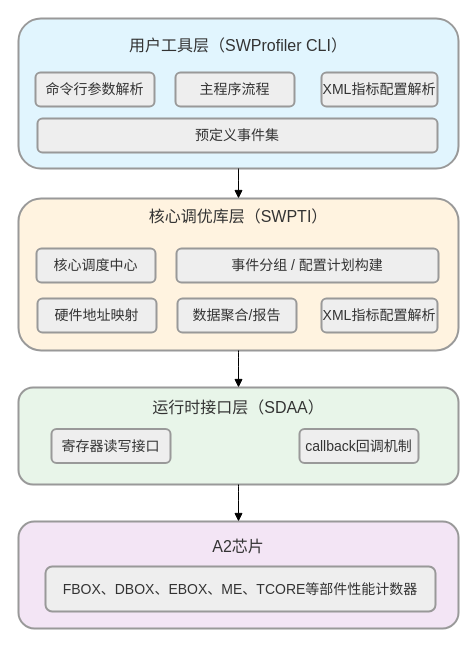
This is swprofiler_arch.drawio from HanxuLiu/drawio-files, a draw.io file, before an edit. Source tidied: cells renumbered, new cells numbered last; positions are measured from the earlier drawing's top-left corner, leaving out a move shared by most shapes. Both pictures are drawn from the tidied source at 100%, with x=0, y=0 at pixel (18, 18).
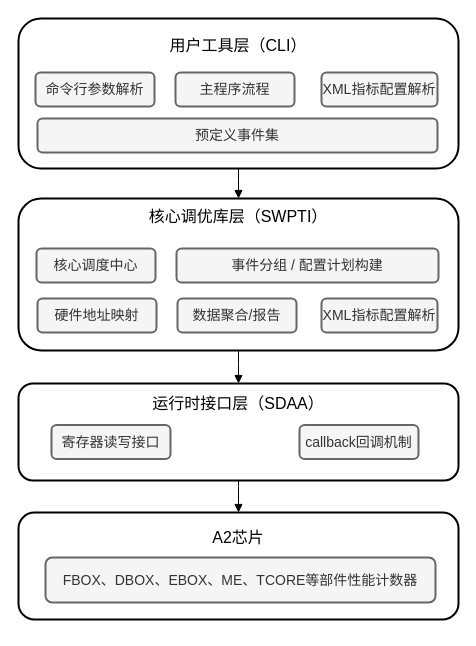
The same page after the edit.

Diff of the diagram source:
```diff
@@
-    <mxCell id="2" value="A2芯片&#10;&#10;&#10;" style="whiteSpace=wrap;strokeWidth=2;fillColor=#f3e5f5;strokeColor=light-dark(#999999,#cccccc);fontColor=light-dark(#333333,#cccccc);shadow=0;rounded=1;fontSize=16;" parent="1" vertex="1">
-      <mxGeometry y="503" width="440" height="107" as="geometry" />
+    <mxCell id="2" value="A2芯片&#10;&#10;&#10;" style="whiteSpace=wrap;strokeWidth=2;shadow=0;rounded=1;fontSize=16;" parent="1" vertex="1">
+      <mxGeometry y="494" width="440" height="107" as="geometry" />
     </mxCell>
-    <mxCell id="3" value="运行时接口层（SDAA）&#10;&#10;&#10;" style="whiteSpace=wrap;strokeWidth=2;fillColor=#e8f5e9;strokeColor=light-dark(#999999,#cccccc);fontColor=light-dark(#333333,#cccccc);shadow=0;rounded=1;fontSize=16;" parent="1" vertex="1">
-      <mxGeometry y="369" width="440" height="97" as="geometry" />
+    <mxCell id="3" value="运行时接口层（SDAA）&#10;&#10;&#10;" style="whiteSpace=wrap;strokeWidth=2;shadow=0;rounded=1;fontSize=16;" parent="1" vertex="1">
+      <mxGeometry y="365" width="440" height="97" as="geometry" />
     </mxCell>
-    <mxCell id="4" value="核心调优库层（SWPTI）&#10;&#10;&#10;&#10;&#10;&#10;" style="whiteSpace=wrap;strokeWidth=2;fillColor=#fff3e0;strokeColor=light-dark(#999999,#cccccc);fontColor=light-dark(#333333,#cccccc);shadow=0;rounded=1;fontSize=16;" parent="1" vertex="1">
+    <mxCell id="4" value="核心调优库层（SWPTI）&#10;&#10;&#10;&#10;&#10;&#10;" style="whiteSpace=wrap;strokeWidth=2;shadow=0;rounded=1;fontSize=16;" parent="1" vertex="1">
       <mxGeometry y="180" width="440" height="152" as="geometry" />
     </mxCell>
-    <mxCell id="5" value="用户工具层（SWProfiler CLI）&#10;&#10;&#10;&#10;&#10;" style="whiteSpace=wrap;strokeWidth=2;fillColor=#e1f5fe;strokeColor=light-dark(#999999,#cccccc);fontColor=light-dark(#333333,#cccccc);rounded=1;shadow=0;fontSize=16;" parent="1" vertex="1">
+    <mxCell id="5" value="用户工具层（CLI）&#10;&#10;&#10;&#10;&#10;" style="whiteSpace=wrap;strokeWidth=2;rounded=1;shadow=0;fontSize=16;" parent="1" vertex="1">
       <mxGeometry width="440" height="150" as="geometry" />
     </mxCell>
-    <mxCell id="6" value="命令行参数解析" style="whiteSpace=wrap;strokeWidth=2;fillColor=light-dark(#eeeeee,#1f2020);strokeColor=light-dark(#999999,#cccccc);fontColor=light-dark(#333333,#cccccc);shadow=0;rounded=1;fontSize=14;" parent="1" vertex="1">
+    <mxCell id="6" value="命令行参数解析" style="whiteSpace=wrap;strokeWidth=2;shadow=0;rounded=1;fontSize=14;fillColor=#f5f5f5;fontColor=#333333;strokeColor=#666666;" parent="1" vertex="1">
       <mxGeometry x="17" y="54" width="119" height="34" as="geometry" />
     </mxCell>
-    <mxCell id="7" value="预定义事件集" style="whiteSpace=wrap;strokeWidth=2;fillColor=light-dark(#eeeeee,#1f2020);strokeColor=light-dark(#999999,#cccccc);fontColor=light-dark(#333333,#cccccc);shadow=0;rounded=1;fontSize=14;" parent="1" vertex="1">
+    <mxCell id="7" value="预定义事件集" style="whiteSpace=wrap;strokeWidth=2;shadow=0;rounded=1;fontSize=14;fillColor=#f5f5f5;fontColor=#333333;strokeColor=#666666;" parent="1" vertex="1">
       <mxGeometry x="19" y="100" width="400" height="34" as="geometry" />
     </mxCell>
-    <mxCell id="8" value="FBOX、DBOX、EBOX、ME、TCORE等部件性能计数器" style="whiteSpace=wrap;strokeWidth=2;fillColor=light-dark(#eeeeee,#1f2020);strokeColor=light-dark(#999999,#cccccc);fontColor=light-dark(#333333,#cccccc);shadow=0;rounded=1;fontSize=14;" parent="1" vertex="1">
-      <mxGeometry x="27" y="548" width="390" height="45" as="geometry" />
+    <mxCell id="8" value="FBOX、DBOX、EBOX、ME、TCORE等部件性能计数器" style="whiteSpace=wrap;strokeWidth=2;shadow=0;rounded=1;fontSize=14;fillColor=#f5f5f5;fontColor=#333333;strokeColor=#666666;" parent="1" vertex="1">
+      <mxGeometry x="27" y="539" width="390" height="45" as="geometry" />
     </mxCell>
@@
-    <mxCell id="12" value="主程序流程" style="whiteSpace=wrap;strokeWidth=2;fillColor=light-dark(#eeeeee,#1f2020);strokeColor=light-dark(#999999,#cccccc);fontColor=light-dark(#333333,#cccccc);shadow=0;rounded=1;fontSize=14;" parent="1" vertex="1">
+    <mxCell id="12" value="主程序流程" style="whiteSpace=wrap;strokeWidth=2;shadow=0;rounded=1;fontSize=14;fillColor=#f5f5f5;fontColor=#333333;strokeColor=#666666;" parent="1" vertex="1">
       <mxGeometry x="157" y="54" width="119" height="34" as="geometry" />
     </mxCell>
-    <mxCell id="13" value="XML指标配置解析" style="whiteSpace=wrap;strokeWidth=2;fillColor=light-dark(#eeeeee,#1f2020);strokeColor=light-dark(#999999,#cccccc);fontColor=light-dark(#333333,#cccccc);shadow=0;rounded=1;fontSize=14;" parent="1" vertex="1">
+    <mxCell id="13" value="XML指标配置解析" style="whiteSpace=wrap;strokeWidth=2;shadow=0;rounded=1;fontSize=14;fillColor=#f5f5f5;fontColor=#333333;strokeColor=#666666;" parent="1" vertex="1">
       <mxGeometry x="303" y="54" width="116" height="34" as="geometry" />
     </mxCell>
-    <mxCell id="14" value="核心调度中心" style="whiteSpace=wrap;strokeWidth=2;fillColor=light-dark(#eeeeee,#1f2020);strokeColor=light-dark(#999999,#cccccc);fontColor=light-dark(#333333,#cccccc);shadow=0;rounded=1;fontSize=14;" parent="1" vertex="1">
+    <mxCell id="14" value="核心调度中心" style="whiteSpace=wrap;strokeWidth=2;shadow=0;rounded=1;fontSize=14;fillColor=#f5f5f5;fontColor=#333333;strokeColor=#666666;" parent="1" vertex="1">
       <mxGeometry x="18" y="230" width="119" height="34" as="geometry" />
     </mxCell>
-    <mxCell id="15" value="事件分组 / 配置计划构建" style="whiteSpace=wrap;strokeWidth=2;fillColor=light-dark(#eeeeee,#1f2020);strokeColor=light-dark(#999999,#cccccc);fontColor=light-dark(#333333,#cccccc);shadow=0;rounded=1;fontSize=14;" parent="1" vertex="1">
+    <mxCell id="15" value="事件分组 / 配置计划构建" style="whiteSpace=wrap;strokeWidth=2;shadow=0;rounded=1;fontSize=14;fillColor=#f5f5f5;fontColor=#333333;strokeColor=#666666;" parent="1" vertex="1">
       <mxGeometry x="158" y="230" width="262" height="34" as="geometry" />
     </mxCell>
-    <mxCell id="16" value="XML指标配置解析" style="whiteSpace=wrap;strokeWidth=2;fillColor=light-dark(#eeeeee,#1f2020);strokeColor=light-dark(#999999,#cccccc);fontColor=light-dark(#333333,#cccccc);shadow=0;rounded=1;fontSize=14;" parent="1" vertex="1">
+    <mxCell id="16" value="XML指标配置解析" style="whiteSpace=wrap;strokeWidth=2;shadow=0;rounded=1;fontSize=14;fillColor=#f5f5f5;fontColor=#333333;strokeColor=#666666;" parent="1" vertex="1">
       <mxGeometry x="303" y="280" width="116" height="34" as="geometry" />
     </mxCell>
-    <mxCell id="17" value="硬件地址映射" style="whiteSpace=wrap;strokeWidth=2;fillColor=light-dark(#eeeeee,#1f2020);strokeColor=light-dark(#999999,#cccccc);fontColor=light-dark(#333333,#cccccc);shadow=0;rounded=1;fontSize=14;" parent="1" vertex="1">
+    <mxCell id="17" value="硬件地址映射" style="whiteSpace=wrap;strokeWidth=2;shadow=0;rounded=1;fontSize=14;fillColor=#f5f5f5;fontColor=#333333;strokeColor=#666666;" parent="1" vertex="1">
       <mxGeometry x="19" y="280" width="119" height="34" as="geometry" />
     </mxCell>
-    <mxCell id="18" value="数据聚合/报告" style="whiteSpace=wrap;strokeWidth=2;fillColor=light-dark(#eeeeee,#1f2020);strokeColor=light-dark(#999999,#cccccc);fontColor=light-dark(#333333,#cccccc);shadow=0;rounded=1;fontSize=14;" parent="1" vertex="1">
+    <mxCell id="18" value="数据聚合/报告" style="whiteSpace=wrap;strokeWidth=2;shadow=0;rounded=1;fontSize=14;fillColor=#f5f5f5;fontColor=#333333;strokeColor=#666666;" parent="1" vertex="1">
       <mxGeometry x="159" y="280" width="119" height="34" as="geometry" />
     </mxCell>
-    <mxCell id="19" value="callback回调机制" style="whiteSpace=wrap;strokeWidth=2;fillColor=light-dark(#eeeeee,#1f2020);strokeColor=light-dark(#999999,#cccccc);fontColor=light-dark(#333333,#cccccc);shadow=0;rounded=1;fontSize=14;" parent="1" vertex="1">
-      <mxGeometry x="281" y="410.5" width="119" height="34" as="geometry" />
+    <mxCell id="19" value="callback回调机制" style="whiteSpace=wrap;strokeWidth=2;shadow=0;rounded=1;fontSize=14;fillColor=#f5f5f5;fontColor=#333333;strokeColor=#666666;" parent="1" vertex="1">
+      <mxGeometry x="281" y="406.5" width="119" height="34" as="geometry" />
     </mxCell>
-    <mxCell id="20" value="寄存器读写接口" style="whiteSpace=wrap;strokeWidth=2;fillColor=light-dark(#eeeeee,#1f2020);strokeColor=light-dark(#999999,#cccccc);fontColor=light-dark(#333333,#cccccc);shadow=0;rounded=1;fontSize=14;" parent="1" vertex="1">
-      <mxGeometry x="33" y="410.5" width="119" height="34" as="geometry" />
+    <mxCell id="20" value="寄存器读写接口" style="whiteSpace=wrap;strokeWidth=2;shadow=0;rounded=1;fontSize=14;fillColor=#f5f5f5;fontColor=#333333;strokeColor=#666666;" parent="1" vertex="1">
+      <mxGeometry x="33" y="406.5" width="119" height="34" as="geometry" />
     </mxCell>
```
